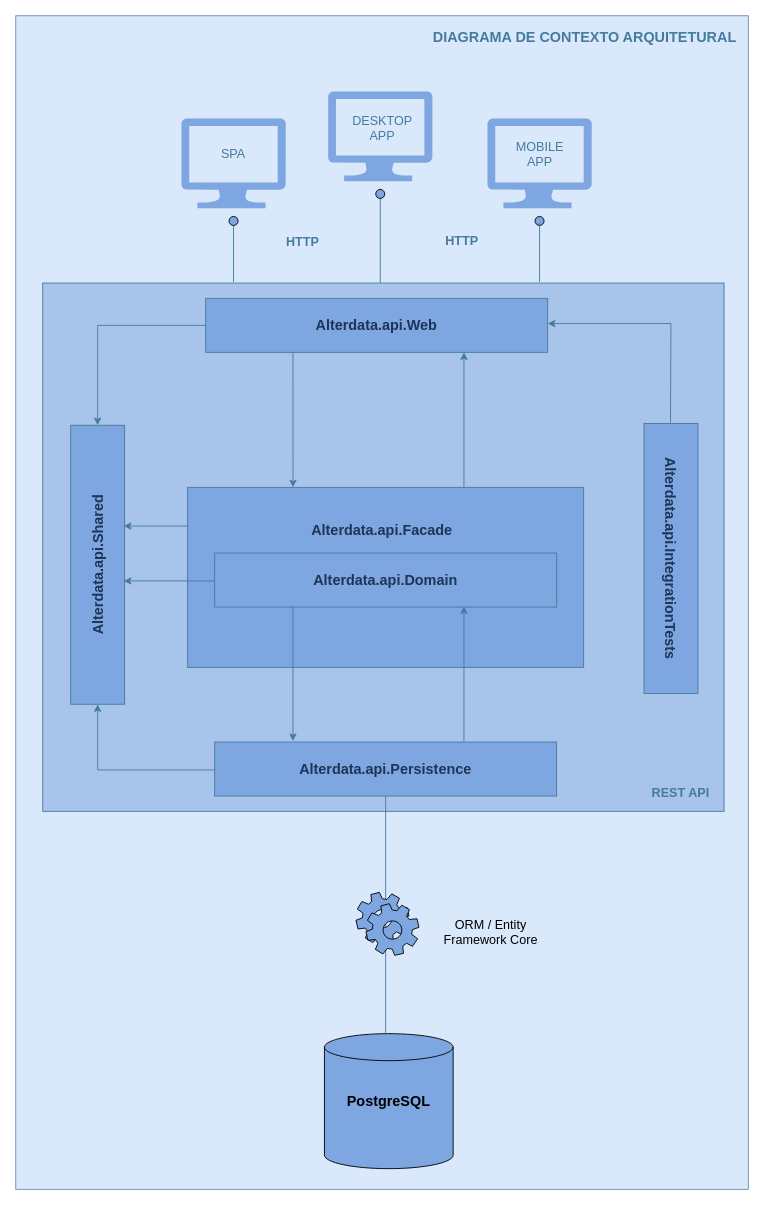
Above: docs/Diagramas/Diagrama_Contexto_Arquitetural.drawio in luafalcaocode/architecture-ntier-transaction-script (draw.io), before the change. Source tidied: cells renumbered, new cells numbered last; positions are measured from the earlier drawing's top-left corner, leaving out a move shared by most shapes. Both pictures are drawn from the tidied source at 90%, with x=0, y=0 at pixel (-42, 15).
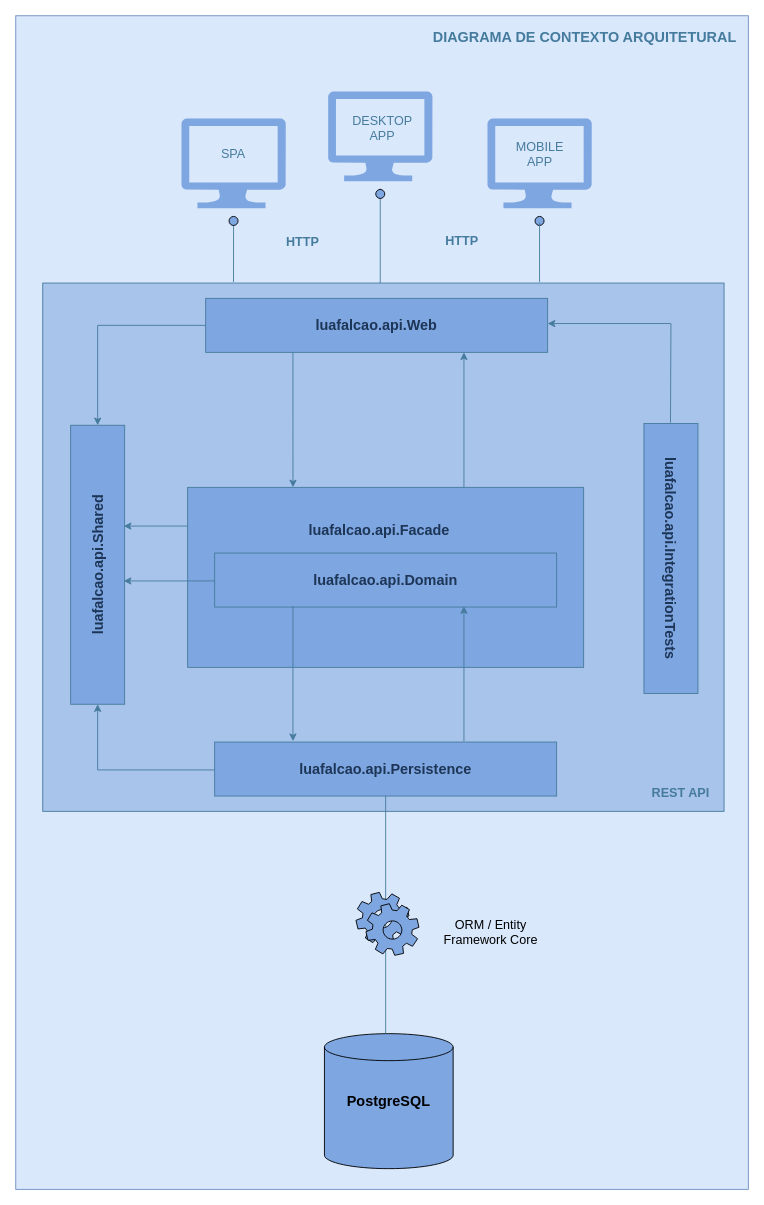
The same page after the edit.

Diff of the diagram source:
```diff
@@
-    <mxCell id="5" value="&lt;br&gt;&lt;font style=&quot;font-size: 16px&quot;&gt;Alterdata.api.Facade&lt;/font&gt;&lt;br&gt;" style="text;html=1;strokeColor=none;fillColor=none;align=center;verticalAlign=middle;whiteSpace=wrap;rounded=0;sketch=0;fontColor=#1D3557;fontStyle=1;" parent="1" vertex="1">
-      <mxGeometry x="451" y="555" width="40" height="20" as="geometry" />
+    <mxCell id="5" value="&lt;br&gt;&lt;font style=&quot;font-size: 16px&quot;&gt;luafalcao.api.Facade&lt;/font&gt;" style="text;html=1;strokeColor=none;fillColor=none;align=center;verticalAlign=middle;whiteSpace=wrap;rounded=0;sketch=0;fontColor=#1D3557;fontStyle=1;" parent="1" vertex="1">
+      <mxGeometry x="448" y="555" width="40" height="19" as="geometry" />
     </mxCell>
-    <mxCell id="6" value="&lt;font style=&quot;font-size: 16px&quot;&gt;Alterdata.api.Domain&lt;/font&gt;" style="rounded=0;whiteSpace=wrap;html=1;sketch=0;strokeColor=#457B9D;fontColor=#1D3557;fontStyle=1;fillColor=#7EA6E0;" parent="1" vertex="1">
+    <mxCell id="6" value="&lt;font style=&quot;font-size: 16px&quot;&gt;luafalcao.api.Domain&lt;/font&gt;" style="rounded=0;whiteSpace=wrap;html=1;sketch=0;strokeColor=#457B9D;fontColor=#1D3557;fontStyle=1;fillColor=#7EA6E0;" parent="1" vertex="1">
       <mxGeometry x="285" y="597" width="380" height="60" as="geometry" />
     </mxCell>
-    <mxCell id="7" value="&lt;font style=&quot;font-size: 16px&quot;&gt;Alterdata.api.Persistence&lt;/font&gt;" style="rounded=0;whiteSpace=wrap;html=1;sketch=0;strokeColor=#457B9D;fontColor=#1D3557;fontStyle=1;fillColor=#7EA6E0;" parent="1" vertex="1">
+    <mxCell id="7" value="&lt;font style=&quot;font-size: 16px&quot;&gt;luafalcao.api.Persistence&lt;/font&gt;" style="rounded=0;whiteSpace=wrap;html=1;sketch=0;strokeColor=#457B9D;fontColor=#1D3557;fontStyle=1;fillColor=#7EA6E0;" parent="1" vertex="1">
       <mxGeometry x="285" y="807" width="380" height="60" as="geometry" />
     </mxCell>
@@
-    <mxCell id="12" value="&lt;font style=&quot;font-size: 16px&quot;&gt;Alterdata.api.IntegrationTests&lt;/font&gt;" style="rounded=0;whiteSpace=wrap;html=1;sketch=0;strokeColor=#457B9D;fontColor=#1D3557;rotation=90;fontStyle=1;fillColor=#7EA6E0;" parent="1" vertex="1">
+    <mxCell id="12" value="&lt;font style=&quot;font-size: 16px&quot;&gt;luafalcao.api.IntegrationTests&lt;/font&gt;" style="rounded=0;whiteSpace=wrap;html=1;sketch=0;strokeColor=#457B9D;fontColor=#1D3557;rotation=90;fontStyle=1;fillColor=#7EA6E0;" parent="1" vertex="1">
       <mxGeometry x="642" y="573" width="300" height="60" as="geometry" />
     </mxCell>
-    <mxCell id="13" value="&lt;font style=&quot;font-size: 16px&quot;&gt;Alterdata.api.Shared&lt;/font&gt;" style="rounded=0;whiteSpace=wrap;html=1;sketch=0;strokeColor=#457B9D;fontColor=#1D3557;rotation=-90;fontStyle=1;fillColor=#7EA6E0;" parent="1" vertex="1">
+    <mxCell id="13" value="&lt;font style=&quot;font-size: 16px&quot;&gt;luafalcao.api.Shared&lt;/font&gt;" style="rounded=0;whiteSpace=wrap;html=1;sketch=0;strokeColor=#457B9D;fontColor=#1D3557;rotation=-90;fontStyle=1;fillColor=#7EA6E0;" parent="1" vertex="1">
       <mxGeometry y="580" width="310" height="60" as="geometry" />
     </mxCell>
@@
-    <mxCell id="24" value="&lt;font style=&quot;font-size: 16px&quot;&gt;Alterdata.api.Web&lt;/font&gt;" style="rounded=0;whiteSpace=wrap;html=1;sketch=0;strokeColor=#457B9D;fontColor=#1D3557;fontStyle=1;fillColor=#7EA6E0;" parent="1" vertex="1">
+    <mxCell id="24" value="&lt;font style=&quot;font-size: 16px&quot;&gt;luafalcao.api.Web&lt;/font&gt;" style="rounded=0;whiteSpace=wrap;html=1;sketch=0;strokeColor=#457B9D;fontColor=#1D3557;fontStyle=1;fillColor=#7EA6E0;" parent="1" vertex="1">
       <mxGeometry x="275" y="314" width="380" height="60" as="geometry" />
     </mxCell>
```
